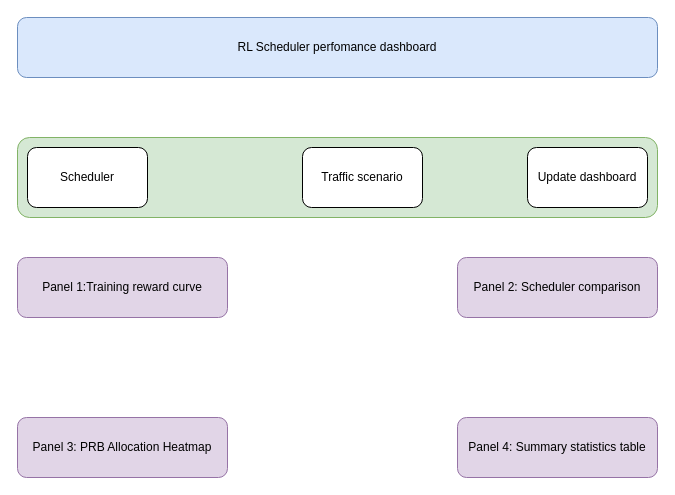
The draw.io diagram Dashboard.drawio in Anita-J-Kimutai/Project, before the edit. Source tidied: cells renumbered, new cells numbered last; positions are measured from the earlier drawing's top-left corner, leaving out a move shared by most shapes. Both pictures are drawn from the tidied source at 100%, with x=0, y=0 at pixel (17, 17).
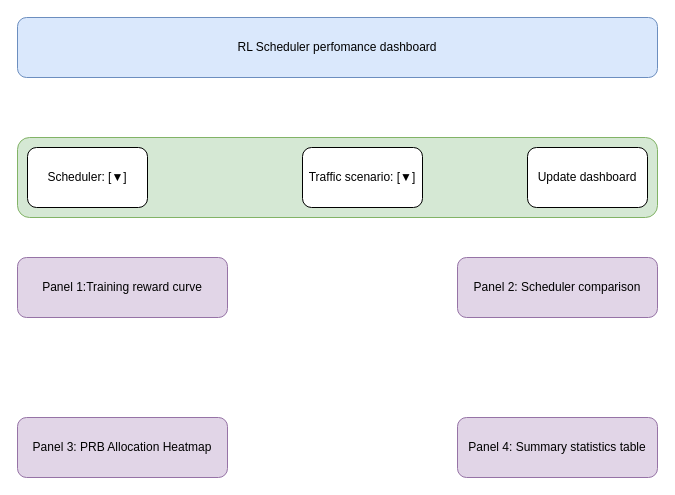
The same diagram, later.

What changed in the source:
```diff
@@
 <mxGraphModel>
   <root>
     <mxCell id="0" />
     <mxCell id="1" parent="0" />
     <mxCell id="2" style="group;" parent="1" vertex="1">
       <mxGeometry width="640" height="460" as="geometry" />
     </mxCell>
     <mxCell id="3" value="Panel 4: Summary statistics table" style="rounded=1;whiteSpace=wrap;html=1;fillColor=#e1d5e7;strokeColor=#9673a6;" parent="2" vertex="1">
       <mxGeometry x="440" y="400" width="200" height="60" as="geometry" />
     </mxCell>
     <mxCell id="4" value="Panel 3: PRB Allocation Heatmap" style="rounded=1;whiteSpace=wrap;html=1;fillColor=#e1d5e7;strokeColor=#9673a6;" parent="2" vertex="1">
       <mxGeometry y="400" width="210" height="60" as="geometry" />
     </mxCell>
     <mxCell id="5" value="Panel 2: Scheduler comparison" style="rounded=1;whiteSpace=wrap;html=1;fillColor=#e1d5e7;strokeColor=#9673a6;" parent="2" vertex="1">
       <mxGeometry x="440" y="240" width="200" height="60" as="geometry" />
     </mxCell>
     <mxCell id="6" value="Panel 1:Training reward curve" style="rounded=1;whiteSpace=wrap;html=1;fillColor=#e1d5e7;strokeColor=#9673a6;" parent="2" vertex="1">
       <mxGeometry y="240" width="210" height="60" as="geometry" />
     </mxCell>
     <mxCell id="7" style="rounded=1;whiteSpace=wrap;html=1;fillColor=#d5e8d4;strokeColor=#82b366;" parent="2" vertex="1">
       <mxGeometry y="120" width="640" height="80" as="geometry" />
     </mxCell>
     <mxCell id="8" value="Update dashboard" style="rounded=1;whiteSpace=wrap;html=1;" parent="2" vertex="1">
       <mxGeometry x="510" y="130" width="120" height="60" as="geometry" />
     </mxCell>
-    <mxCell id="9" value="Traffic scenario" style="rounded=1;whiteSpace=wrap;html=1;" parent="2" vertex="1">
+    <mxCell id="9" value="Traffic scenario: [▼]" style="rounded=1;whiteSpace=wrap;html=1;" parent="2" vertex="1">
       <mxGeometry x="285" y="130" width="120" height="60" as="geometry" />
     </mxCell>
-    <mxCell id="10" value="Scheduler" style="rounded=1;whiteSpace=wrap;html=1;" parent="2" vertex="1">
+    <mxCell id="10" value="Scheduler: [▼]" style="rounded=1;whiteSpace=wrap;html=1;" parent="2" vertex="1">
       <mxGeometry x="10" y="130" width="120" height="60" as="geometry" />
     </mxCell>
     <mxCell id="11" value="RL Scheduler perfomance dashboard" style="rounded=1;whiteSpace=wrap;html=1;fillColor=#dae8fc;strokeColor=#6c8ebf;" parent="2" vertex="1">
       <mxGeometry width="640" height="60" as="geometry" />
     </mxCell>
   </root>
 </mxGraphModel>
```
